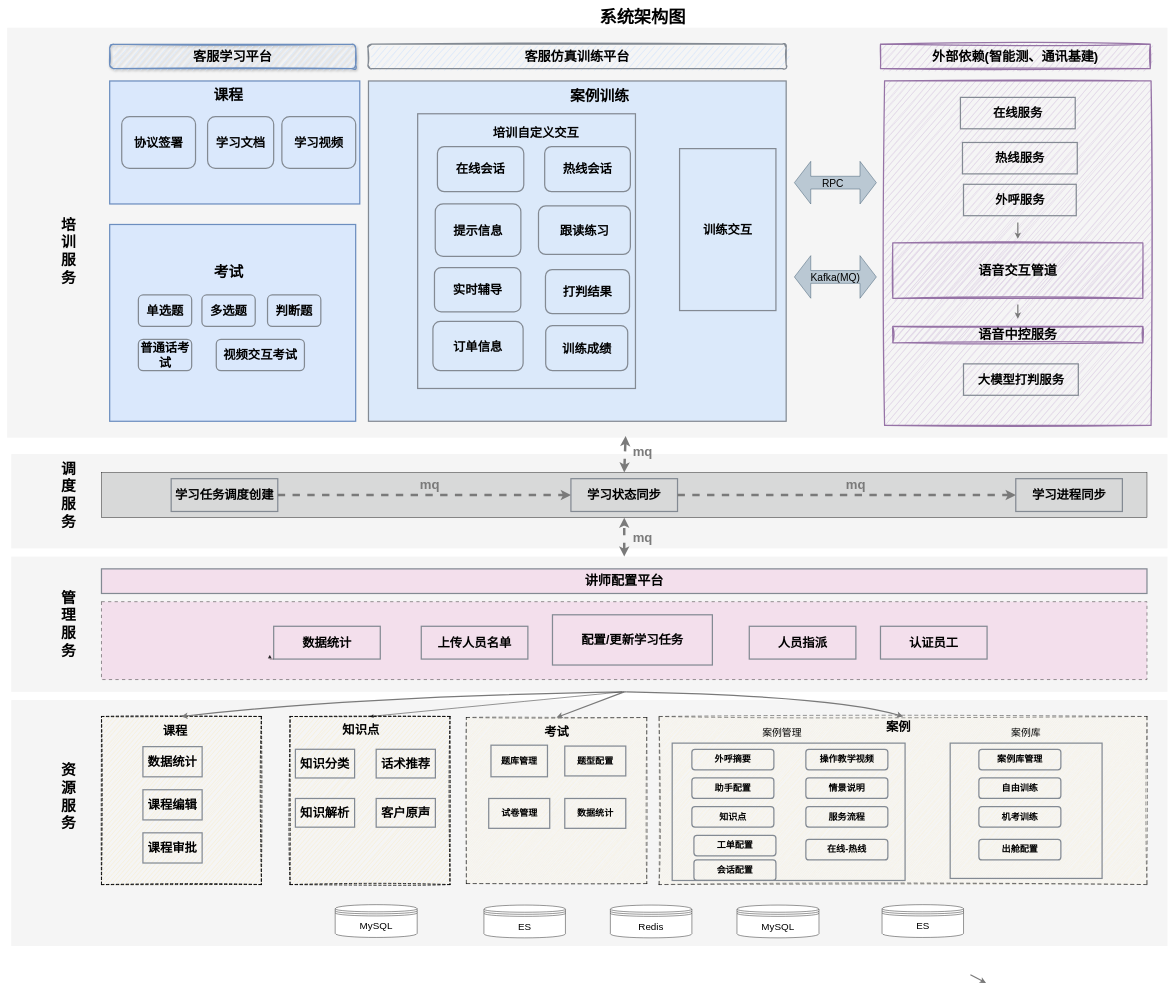
Above: 系统架构图.drawio in cgshao02/graduation_picture (draw.io), before the change. Source tidied: cells renumbered, new cells numbered last; positions are measured from the earlier drawing's top-left corner, leaving out a move shared by most shapes. Both pictures are drawn from the tidied source at 41%, with x=0, y=0 at pixel (7, 11).
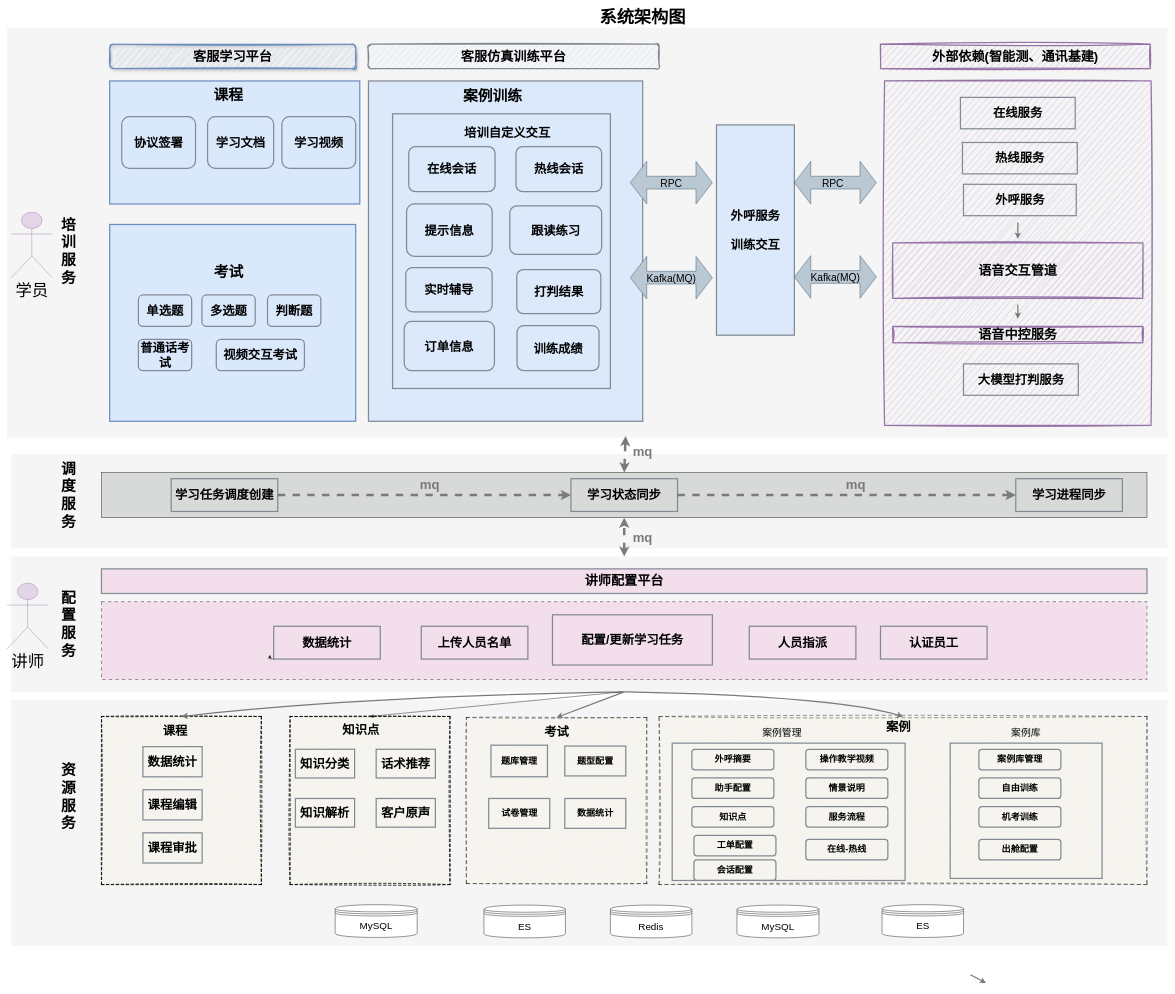
Above is the later version.

Commit message:
更新系统架构图.drawio

Change to the diagram source:
```diff
@@
     <mxCell id="11" value="&lt;font size=&quot;1&quot; style=&quot;&quot;&gt;&lt;b style=&quot;font-size: 32px;&quot;&gt;客服仿真训练平台&lt;/b&gt;&lt;/font&gt;" style="rounded=1;whiteSpace=wrap;html=1;fillColor=#DBE9FA;strokeColor=#838A93;strokeWidth=3;shadow=0;sketch=1;curveFitting=1;jiggle=2;" parent="1" vertex="1">
-      <mxGeometry x="880" y="80" width="1020" height="60" as="geometry" />
+      <mxGeometry x="880" y="80" width="710" height="60" as="geometry" />
     </mxCell>
@@
-    <mxCell id="16" value="&lt;b style=&quot;&quot;&gt;&lt;font style=&quot;font-size: 36px;&quot;&gt;管理服务&lt;/font&gt;&lt;/b&gt;" style="text;html=1;align=center;verticalAlign=middle;whiteSpace=wrap;rounded=0;" parent="1" vertex="1">
+    <mxCell id="16" value="&lt;b style=&quot;&quot;&gt;&lt;font style=&quot;font-size: 36px;&quot;&gt;配置服务&lt;/font&gt;&lt;/b&gt;" style="text;html=1;align=center;verticalAlign=middle;whiteSpace=wrap;rounded=0;" parent="1" vertex="1">
       <mxGeometry x="130" y="1425" width="40" height="140" as="geometry" />
     </mxCell>
@@
     <mxCell id="19" style="rounded=0;whiteSpace=wrap;html=1;fillColor=#DBE9FA;strokeColor=#838A93;strokeWidth=3;" parent="1" vertex="1">
-      <mxGeometry x="881.2" y="170" width="1018.8" height="830" as="geometry" />
+      <mxGeometry x="881.2" y="170" width="668.8" height="830" as="geometry" />
     </mxCell>
     <mxCell id="20" value="&lt;b style=&quot;&quot;&gt;&lt;font style=&quot;font-size: 36px;&quot;&gt;案例训练&lt;/font&gt;&lt;/b&gt;" style="text;html=1;align=center;verticalAlign=middle;whiteSpace=wrap;rounded=0;" parent="1" vertex="1">
-      <mxGeometry x="1372.3" y="188.1" width="145.6" height="38.1" as="geometry" />
+      <mxGeometry x="1110.9" y="188.1" width="145.6" height="38.1" as="geometry" />
     </mxCell>
@@
-    <mxCell id="50" value="&lt;font style=&quot;font-size: 30px;&quot;&gt;&lt;b&gt;训练交互&lt;/b&gt;&lt;/font&gt;" style="rounded=0;whiteSpace=wrap;html=1;fillColor=#DBE9FA;strokeColor=#838A93;strokeWidth=3;" parent="1" vertex="1">
-      <mxGeometry x="1640" y="335" width="235" height="395" as="geometry" />
+    <mxCell id="50" value="&lt;b style=&quot;font-size: 30px;&quot;&gt;外呼服务&lt;/b&gt;&lt;div&gt;&lt;span style=&quot;font-size: 30px;&quot;&gt;&lt;b&gt;&lt;br&gt;&lt;/b&gt;&lt;/span&gt;&lt;div&gt;&lt;span style=&quot;font-size: 30px;&quot;&gt;&lt;b&gt;训练交互&lt;/b&gt;&lt;/span&gt;&lt;/div&gt;&lt;/div&gt;" style="rounded=0;whiteSpace=wrap;html=1;fillColor=#DBE9FA;strokeColor=#838A93;strokeWidth=3;" parent="1" vertex="1">
+      <mxGeometry x="1730" y="277.1" width="190" height="513" as="geometry" />
     </mxCell>
     <mxCell id="51" style="rounded=0;whiteSpace=wrap;html=1;strokeColor=#838A93;strokeWidth=3;fillColor=none;" parent="1" vertex="1">
-      <mxGeometry x="1001.2" y="250" width="531.2" height="670" as="geometry" />
+      <mxGeometry x="940" y="250" width="531.2" height="670" as="geometry" />
     </mxCell>
     <mxCell id="52" value="&lt;font style=&quot;font-size: 30px;&quot;&gt;&lt;b&gt;提示信息&lt;/b&gt;&lt;/font&gt;" style="rounded=1;whiteSpace=wrap;html=1;strokeColor=#838A93;strokeWidth=3;fillColor=none;" parent="1" vertex="1">
-      <mxGeometry x="1044.1" y="469.5" width="208.8" height="128.3" as="geometry" />
+      <mxGeometry x="974.1" y="469.5" width="208.8" height="128.3" as="geometry" />
     </mxCell>
     <mxCell id="53" value="&lt;font style=&quot;font-size: 30px;&quot;&gt;&lt;b&gt;实时辅导&lt;/b&gt;&lt;/font&gt;" style="rounded=1;whiteSpace=wrap;html=1;strokeColor=#838A93;strokeWidth=3;fillColor=none;" parent="1" vertex="1">
-      <mxGeometry x="1042.2" y="625.5" width="210.6" height="107.5" as="geometry" />
+      <mxGeometry x="972.2" y="625.5" width="210.6" height="107.5" as="geometry" />
     </mxCell>
     <mxCell id="54" value="&lt;font style=&quot;font-size: 30px;&quot;&gt;&lt;b&gt;跟读练习&lt;/b&gt;&lt;/font&gt;" style="rounded=1;whiteSpace=wrap;html=1;strokeColor=#838A93;strokeWidth=3;fillColor=none;" parent="1" vertex="1">
-      <mxGeometry x="1295.9" y="474.5" width="224.1" height="118.3" as="geometry" />
+      <mxGeometry x="1225.9" y="474.5" width="224.1" height="118.3" as="geometry" />
     </mxCell>
     <mxCell id="55" value="&lt;span style=&quot;font-size: 30px;&quot;&gt;&lt;b&gt;打判结果&lt;/b&gt;&lt;/span&gt;" style="rounded=1;whiteSpace=wrap;html=1;strokeColor=#838A93;strokeWidth=3;fillColor=none;" parent="1" vertex="1">
-      <mxGeometry x="1312.9" y="630" width="205" height="107.5" as="geometry" />
+      <mxGeometry x="1242.9" y="630" width="205" height="107.5" as="geometry" />
     </mxCell>
     <mxCell id="56" value="&lt;font style=&quot;font-size: 30px;&quot;&gt;&lt;b&gt;订单信息&lt;/b&gt;&lt;/font&gt;" style="rounded=1;whiteSpace=wrap;html=1;strokeColor=#838A93;strokeWidth=3;fillColor=none;" parent="1" vertex="1">
-      <mxGeometry x="1038.4" y="756.6" width="220" height="120" as="geometry" />
+      <mxGeometry x="968.4" y="756.6" width="220" height="120" as="geometry" />
     </mxCell>
     <mxCell id="57" value="&lt;span style=&quot;font-size: 30px;&quot;&gt;&lt;b&gt;训练成绩&lt;/b&gt;&lt;/span&gt;" style="rounded=1;whiteSpace=wrap;html=1;strokeColor=#838A93;strokeWidth=3;fillColor=none;" parent="1" vertex="1">
-      <mxGeometry x="1313.5" y="766.6" width="200" height="110" as="geometry" />
+      <mxGeometry x="1243.5" y="766.6" width="200" height="110" as="geometry" />
     </mxCell>
     <mxCell id="58" value="&lt;font size=&quot;1&quot; style=&quot;&quot;&gt;&lt;b style=&quot;font-size: 30px;&quot;&gt;培训自定义交互&lt;/b&gt;&lt;/font&gt;" style="text;html=1;align=center;verticalAlign=middle;whiteSpace=wrap;rounded=0;" parent="1" vertex="1">
-      <mxGeometry x="1180.9" y="280" width="217.5" height="30" as="geometry" />
+      <mxGeometry x="1110.9" y="280" width="217.5" height="30" as="geometry" />
     </mxCell>
@@
     <mxCell id="119" value="&lt;font style=&quot;font-size: 30px;&quot;&gt;&lt;b&gt;在线会话&lt;/b&gt;&lt;/font&gt;" style="rounded=1;whiteSpace=wrap;html=1;strokeColor=#838A93;strokeWidth=3;fillColor=none;" parent="1" vertex="1">
-      <mxGeometry x="1049.4" y="330" width="210.6" height="110" as="geometry" />
+      <mxGeometry x="979.4" y="330" width="210.6" height="110" as="geometry" />
     </mxCell>
     <mxCell id="120" value="&lt;font style=&quot;font-size: 30px;&quot;&gt;&lt;b&gt;热线会话&lt;/b&gt;&lt;/font&gt;" style="rounded=1;whiteSpace=wrap;html=1;strokeColor=#838A93;strokeWidth=3;fillColor=none;" parent="1" vertex="1">
-      <mxGeometry x="1311" y="330" width="209" height="110" as="geometry" />
+      <mxGeometry x="1241" y="330" width="209" height="110" as="geometry" />
     </mxCell>
@@
+    <mxCell id="122" value="讲师" style="shape=umlActor;verticalLabelPosition=bottom;verticalAlign=top;html=1;fillColor=#e1d5e7;strokeColor=#9673a6;fontSize=40;" parent="1" vertex="1">
+      <mxGeometry y="1395" width="100" height="160" as="geometry" />
+    </mxCell>
+    <mxCell id="123" value="学员" style="shape=umlActor;verticalLabelPosition=bottom;verticalAlign=top;html=1;fillColor=#e1d5e7;strokeColor=#9673a6;fontSize=40;" parent="1" vertex="1">
+      <mxGeometry x="10" y="490" width="100" height="160" as="geometry" />
+    </mxCell>
+    <mxCell id="124" style="shape=doubleArrow;whiteSpace=wrap;html=1;fillColor=#bac8d3;strokeColor=#23445d;" parent="1" vertex="1">
+      <mxGeometry x="1520" y="366" width="200" height="104" as="geometry" />
+    </mxCell>
+    <mxCell id="125" style="shape=doubleArrow;whiteSpace=wrap;html=1;fillColor=#bac8d3;strokeColor=#23445d;" parent="1" vertex="1">
+      <mxGeometry x="1520" y="597.8" width="200" height="104" as="geometry" />
+    </mxCell>
+    <mxCell id="126" value="RPC" style="text;html=1;align=center;verticalAlign=middle;whiteSpace=wrap;rounded=0;fontSize=25;" parent="1" vertex="1">
+      <mxGeometry x="1564" y="385.5" width="112" height="65" as="geometry" />
+    </mxCell>
+    <mxCell id="127" value="Kafka(MQ)" style="text;html=1;align=center;verticalAlign=middle;whiteSpace=wrap;rounded=0;fontSize=25;" parent="1" vertex="1">
+      <mxGeometry x="1564" y="617.3" width="112" height="65" as="geometry" />
+    </mxCell>
```
